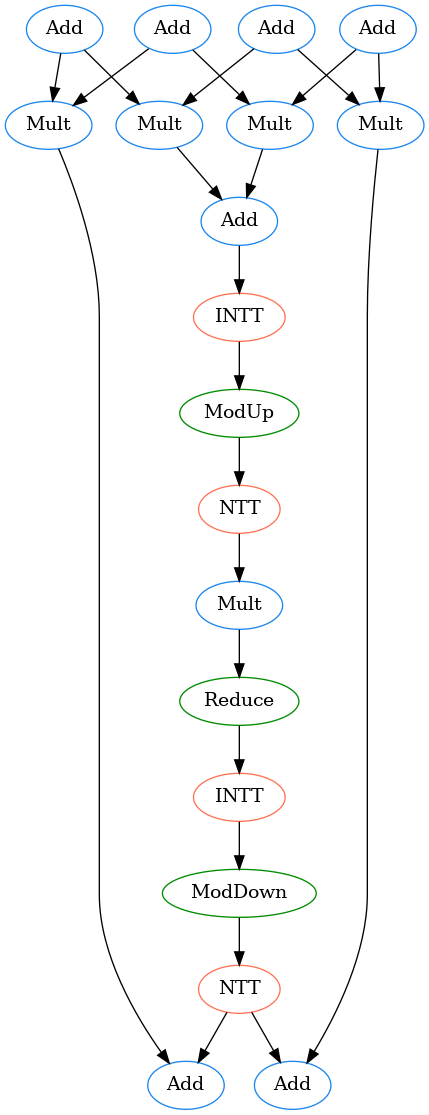
Earlier version of the Graphviz export lib/fusion/graph_poly.png (hal-lab-u-tokyo/PolyFHE). Its source is kept beside it as lib/fusion/graph_poly.dot.
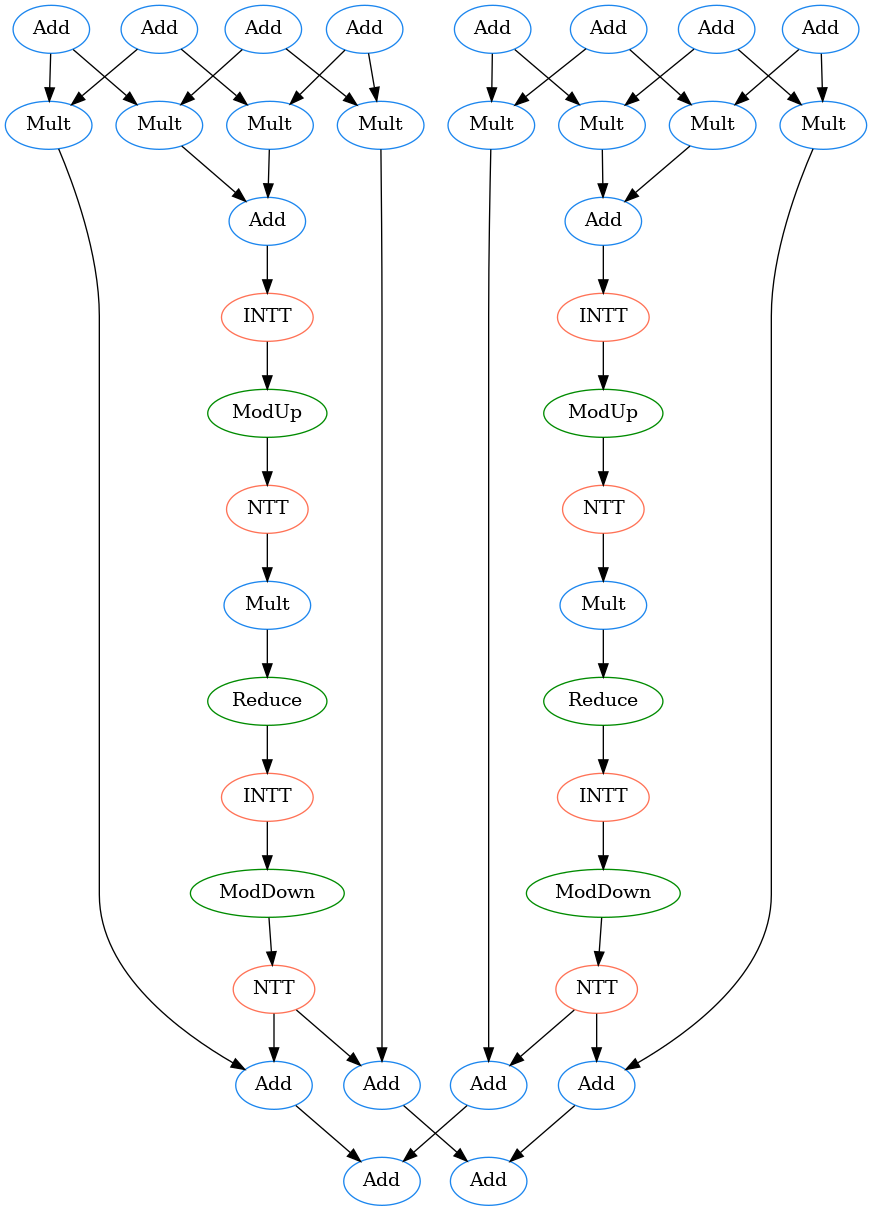
Above is the later version.

Diff of the diagram source:
```diff
@@ -18,6 +18,27 @@
 16 [color=coral1, label=NTT];
 17 [color=dodgerblue2, label=Add];
 18 [color=dodgerblue2, label=Add];
+19 [color=dodgerblue2, label=Add];
+20 [color=dodgerblue2, label=Add];
+21 [color=dodgerblue2, label=Add];
+22 [color=dodgerblue2, label=Add];
+23 [color=dodgerblue2, label=Mult];
+24 [color=dodgerblue2, label=Mult];
+25 [color=dodgerblue2, label=Mult];
+26 [color=dodgerblue2, label=Mult];
+27 [color=dodgerblue2, label=Add];
+28 [color=coral1, label=INTT];
+29 [color=green4, label=ModUp];
+30 [color=coral1, label=NTT];
+31 [color=dodgerblue2, label=Mult];
+32 [color=green4, label=Reduce];
+33 [color=coral1, label=INTT];
+34 [color=green4, label=ModDown];
+35 [color=coral1, label=NTT];
+36 [color=dodgerblue2, label=Add];
+37 [color=dodgerblue2, label=Add];
+38 [color=dodgerblue2, label=Add];
+39 [color=dodgerblue2, label=Add];
 0->4 ;
 0->5 ;
 1->7 ;
@@ -40,4 +61,30 @@
 15->16 ;
 16->17 ;
 16->18 ;
+17->38 ;
+18->39 ;
+19->23 ;
+19->24 ;
+20->26 ;
+20->25 ;
+21->23 ;
+21->25 ;
+22->26 ;
+22->24 ;
+23->36 ;
+24->27 ;
+25->27 ;
+26->37 ;
+27->28 ;
+28->29 ;
+29->30 ;
+30->31 ;
+31->32 ;
+32->33 ;
+33->34 ;
+34->35 ;
+35->36 ;
+35->37 ;
+36->38 ;
+37->39 ;
 }
```
